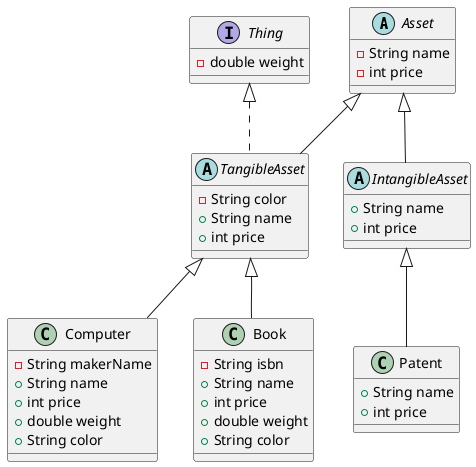
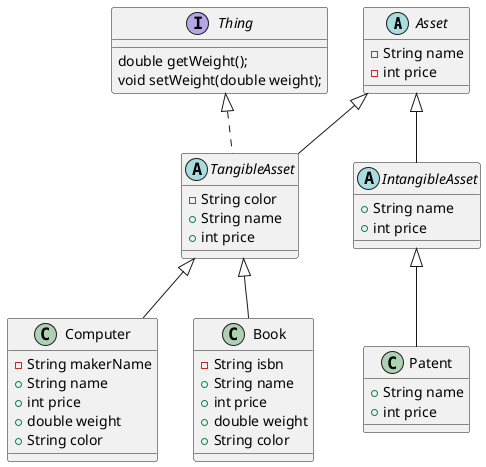
@startuml

abstract class Asset {
-String name
-int price
}

abstract class TangibleAsset extends Asset implements Thing{
-String color
+String name
+int price
}
abstract class IntangibleAsset extends Asset {
+String name
+int price

}
class Computer extends TangibleAsset {
-String makerName
+String name
+int price
+double weight
+String color
}

class Book extends TangibleAsset {
-String isbn
+String name
+int price
+double weight
+String color
}

class Patent extends IntangibleAsset {
+String name
+int price

}
interface Thing {
-  -double weight
+ double getWeight();
+ void setWeight(double weight);
}


@enduml